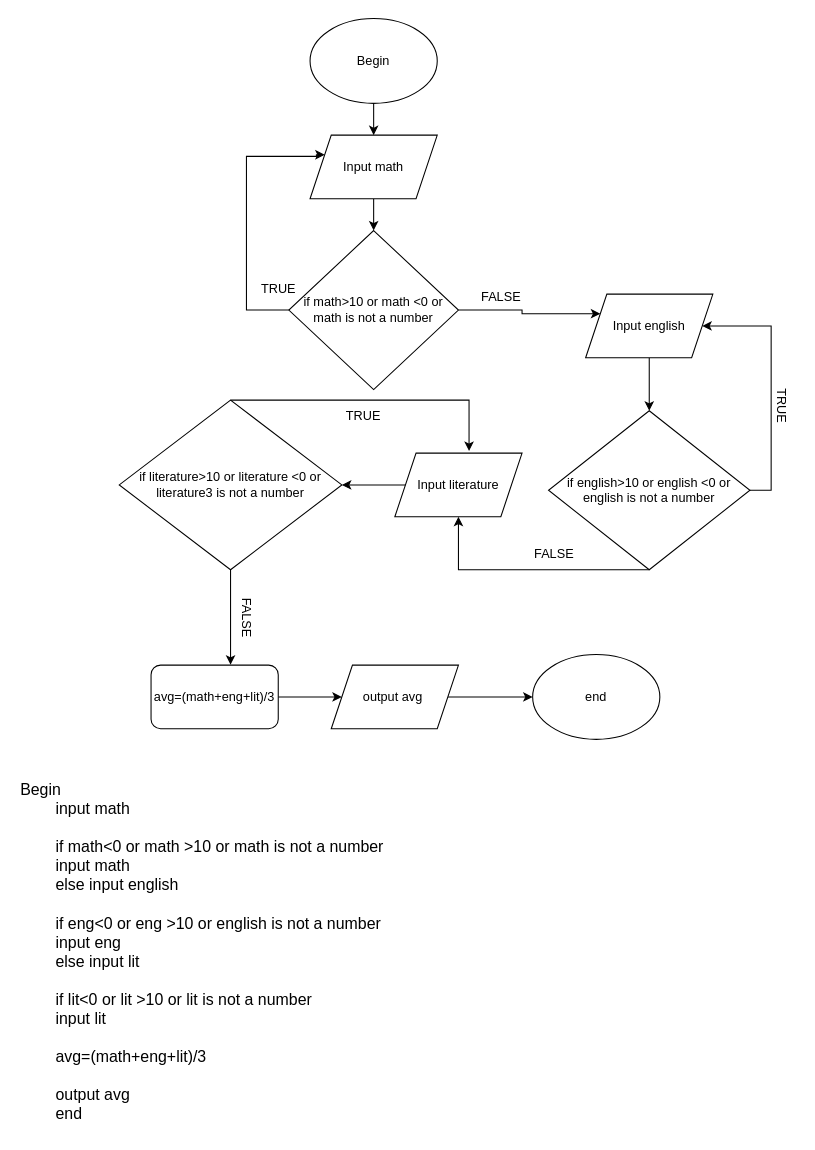
Above: day_3/đtb.drawio in giabao1101/C0924G1-TranGiaBao (draw.io), before the change. Source tidied: cells renumbered, new cells numbered last; positions are measured from the earlier drawing's top-left corner, leaving out a move shared by most shapes. Both pictures are drawn from the tidied source at 106%, with x=0, y=0 at pixel (18, 18).
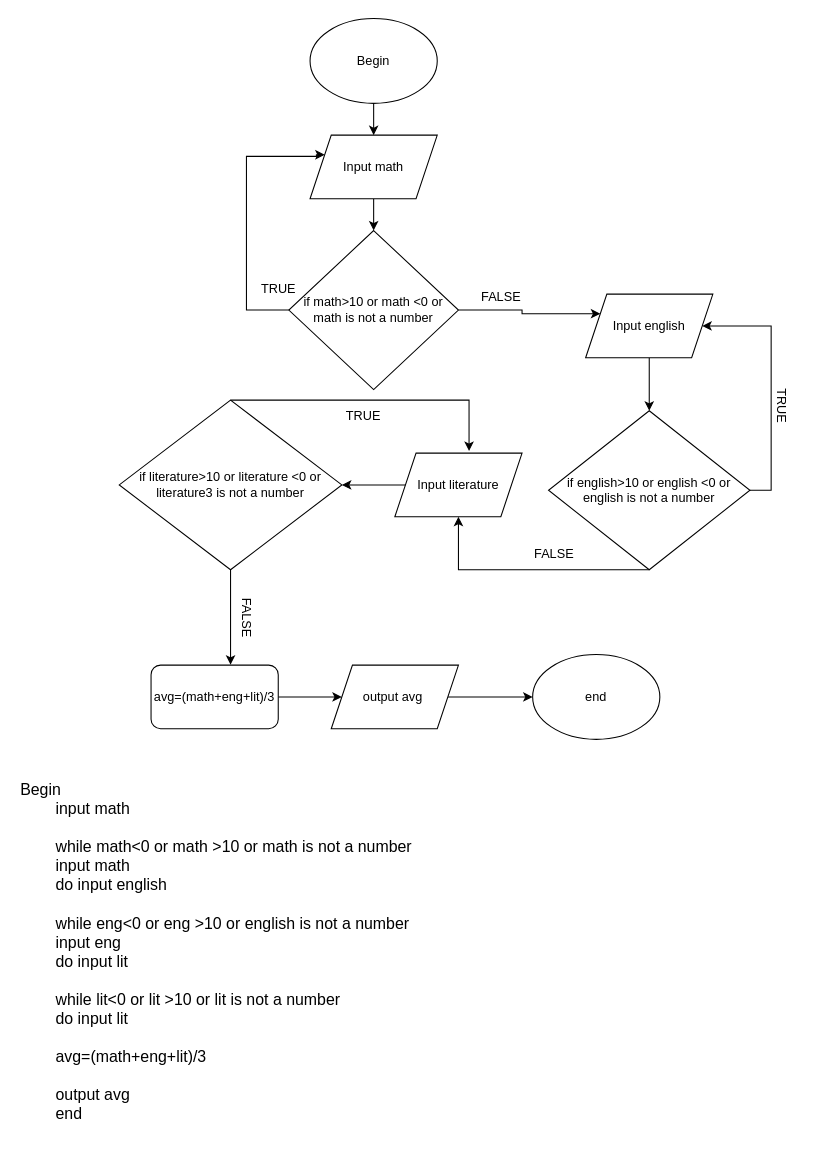
After the change.

What changed in the source:
```diff
@@
-    <mxCell id="30" value="&lt;font style=&quot;font-size: 15px;&quot;&gt;Begin&amp;nbsp;&lt;/font&gt;&lt;div style=&quot;font-size: 15px;&quot;&gt;&lt;font style=&quot;font-size: 15px;&quot;&gt;&lt;span style=&quot;white-space: pre;&quot;&gt;&#9;&lt;/span&gt;input math&lt;br&gt;&lt;/font&gt;&lt;/div&gt;&lt;div style=&quot;font-size: 15px;&quot;&gt;&lt;span style=&quot;white-space: pre;&quot;&gt;&lt;font style=&quot;font-size: 15px;&quot;&gt;&#9;&lt;/font&gt;&lt;/span&gt;&lt;/div&gt;&lt;div style=&quot;font-size: 15px;&quot;&gt;&lt;font style=&quot;font-size: 15px;&quot;&gt;&lt;span style=&quot;white-space: pre;&quot;&gt;&#9;&lt;/span&gt;if math&amp;lt;0 or math &amp;gt;10 or math is not a number&lt;br&gt;&lt;/font&gt;&lt;/div&gt;&lt;div style=&quot;font-size: 15px;&quot;&gt;&lt;font style=&quot;font-size: 15px;&quot;&gt;&lt;span style=&quot;white-space: pre;&quot;&gt;&#9;&lt;/span&gt;input math&lt;/font&gt;&lt;/div&gt;&lt;div style=&quot;font-size: 15px;&quot;&gt;&lt;font style=&quot;font-size: 15px;&quot;&gt;&lt;span style=&quot;white-space: pre;&quot;&gt;&#9;&lt;/span&gt;else input english&amp;nbsp;&lt;br&gt;&lt;/font&gt;&lt;/div&gt;&lt;div style=&quot;font-size: 15px;&quot;&gt;&lt;span style=&quot;white-space: pre;&quot;&gt;&lt;font style=&quot;font-size: 15px;&quot;&gt;&#9;&lt;/font&gt;&lt;/span&gt;&lt;/div&gt;&lt;div style=&quot;font-size: 15px;&quot;&gt;&lt;font style=&quot;font-size: 15px;&quot;&gt;&lt;span style=&quot;background-color: initial;&quot;&gt;&lt;span style=&quot;white-space: pre;&quot;&gt;&#9;&lt;/span&gt;if eng&amp;lt;0 or eng &amp;gt;10 or english is not a number&lt;/span&gt;&lt;br&gt;&lt;/font&gt;&lt;/div&gt;&lt;div style=&quot;font-size: 15px;&quot;&gt;&lt;font style=&quot;font-size: 15px;&quot;&gt;&lt;span style=&quot;white-space-collapse: preserve;&quot;&gt;&#9;&lt;/span&gt;input eng&amp;nbsp;&lt;/font&gt;&lt;/div&gt;&lt;div style=&quot;font-size: 15px;&quot;&gt;&lt;font style=&quot;font-size: 15px;&quot;&gt;&lt;span style=&quot;white-space: pre;&quot;&gt;&#9;&lt;/span&gt;else input lit&amp;nbsp;&lt;/font&gt;&lt;/div&gt;&lt;div style=&quot;font-size: 15px;&quot;&gt;&lt;span style=&quot;white-space: pre;&quot;&gt;&lt;font style=&quot;font-size: 15px;&quot;&gt;&#9;&lt;/font&gt;&lt;/span&gt;&lt;/div&gt;&lt;div style=&quot;font-size: 15px;&quot;&gt;&lt;font style=&quot;font-size: 15px;&quot;&gt;&lt;span style=&quot;background-color: initial;&quot;&gt;&lt;span style=&quot;white-space: pre;&quot;&gt;&#9;&lt;/span&gt;if lit&amp;lt;0 or lit &amp;gt;10 or lit is not a number&lt;/span&gt;&lt;br&gt;&lt;/font&gt;&lt;/div&gt;&lt;div style=&quot;font-size: 15px;&quot;&gt;&lt;font style=&quot;font-size: 15px;&quot;&gt;&lt;span style=&quot;white-space-collapse: preserve;&quot;&gt;&#9;&lt;/span&gt;input lit&amp;nbsp;&lt;/font&gt;&lt;/div&gt;&lt;div style=&quot;font-size: 15px;&quot;&gt;&lt;font style=&quot;font-size: 15px;&quot;&gt;&lt;br&gt;&lt;/font&gt;&lt;/div&gt;&lt;div style=&quot;font-size: 15px;&quot;&gt;&lt;font style=&quot;font-size: 15px;&quot;&gt;&lt;span style=&quot;white-space: pre;&quot;&gt;&#9;&lt;/span&gt;avg=(math+eng+lit)/3&lt;/font&gt;&lt;/div&gt;&lt;div style=&quot;font-size: 15px;&quot;&gt;&lt;font style=&quot;font-size: 15px;&quot;&gt;&lt;br&gt;&lt;/font&gt;&lt;/div&gt;&lt;div style=&quot;font-size: 15px;&quot;&gt;&lt;font style=&quot;font-size: 15px;&quot;&gt;&lt;span style=&quot;white-space: pre;&quot;&gt;&#9;&lt;/span&gt;output avg&lt;/font&gt;&lt;/div&gt;&lt;div style=&quot;font-size: 15px;&quot;&gt;&lt;font style=&quot;font-size: 15px;&quot;&gt;&lt;span style=&quot;white-space: pre;&quot;&gt;&#9;&lt;/span&gt;end&amp;nbsp;&lt;/font&gt;&lt;/div&gt;" style="text;html=1;align=left;verticalAlign=middle;strokeColor=none;fillColor=none;" parent="1" vertex="1">
-      <mxGeometry y="710" width="370" height="340" as="geometry" />
+    <mxCell id="30" value="&lt;font style=&quot;font-size: 15px;&quot;&gt;Begin&amp;nbsp;&lt;/font&gt;&lt;div style=&quot;font-size: 15px;&quot;&gt;&lt;font style=&quot;font-size: 15px;&quot;&gt;&lt;span style=&quot;white-space: pre;&quot;&gt;&#9;&lt;/span&gt;input math&lt;br&gt;&lt;/font&gt;&lt;/div&gt;&lt;div style=&quot;font-size: 15px;&quot;&gt;&lt;span style=&quot;white-space: pre;&quot;&gt;&lt;font style=&quot;font-size: 15px;&quot;&gt;&#9;&lt;/font&gt;&lt;/span&gt;&lt;/div&gt;&lt;div style=&quot;font-size: 15px;&quot;&gt;&lt;font style=&quot;font-size: 15px;&quot;&gt;&lt;span style=&quot;white-space: pre;&quot;&gt;&#9;&lt;/span&gt;while&amp;nbsp;math&amp;lt;0 or math &amp;gt;10 or math is not a number&lt;br&gt;&lt;/font&gt;&lt;/div&gt;&lt;div style=&quot;font-size: 15px;&quot;&gt;&lt;font style=&quot;font-size: 15px;&quot;&gt;&lt;span style=&quot;white-space: pre;&quot;&gt;&#9;&lt;/span&gt;input math&lt;/font&gt;&lt;/div&gt;&lt;div style=&quot;font-size: 15px;&quot;&gt;&lt;font style=&quot;font-size: 15px;&quot;&gt;&lt;span style=&quot;white-space: pre;&quot;&gt;&#9;&lt;/span&gt;do&amp;nbsp;input english&amp;nbsp;&lt;br&gt;&lt;/font&gt;&lt;/div&gt;&lt;div style=&quot;font-size: 15px;&quot;&gt;&lt;span style=&quot;white-space: pre;&quot;&gt;&lt;font style=&quot;font-size: 15px;&quot;&gt;&#9;&lt;/font&gt;&lt;/span&gt;&lt;/div&gt;&lt;div style=&quot;font-size: 15px;&quot;&gt;&lt;font style=&quot;font-size: 15px;&quot;&gt;&lt;span style=&quot;background-color: initial;&quot;&gt;&lt;span style=&quot;white-space: pre;&quot;&gt;&#9;&lt;/span&gt;while&amp;nbsp;eng&amp;lt;0 or eng &amp;gt;10 or english is not a number&lt;/span&gt;&lt;br&gt;&lt;/font&gt;&lt;/div&gt;&lt;div style=&quot;font-size: 15px;&quot;&gt;&lt;font style=&quot;font-size: 15px;&quot;&gt;&lt;span style=&quot;white-space-collapse: preserve;&quot;&gt;&#9;&lt;/span&gt;input eng&amp;nbsp;&lt;/font&gt;&lt;/div&gt;&lt;div style=&quot;font-size: 15px;&quot;&gt;&lt;font style=&quot;font-size: 15px;&quot;&gt;&lt;span style=&quot;white-space: pre;&quot;&gt;&#9;&lt;/span&gt;do&amp;nbsp;input lit&amp;nbsp;&lt;/font&gt;&lt;/div&gt;&lt;div style=&quot;font-size: 15px;&quot;&gt;&lt;span style=&quot;white-space: pre;&quot;&gt;&lt;font style=&quot;font-size: 15px;&quot;&gt;&#9;&lt;/font&gt;&lt;/span&gt;&lt;/div&gt;&lt;div style=&quot;font-size: 15px;&quot;&gt;&lt;font style=&quot;font-size: 15px;&quot;&gt;&lt;span style=&quot;background-color: initial;&quot;&gt;&lt;span style=&quot;white-space: pre;&quot;&gt;&#9;&lt;/span&gt;while&amp;nbsp;lit&amp;lt;0 or lit &amp;gt;10 or lit is not a number&lt;/span&gt;&lt;br&gt;&lt;/font&gt;&lt;/div&gt;&lt;div style=&quot;font-size: 15px;&quot;&gt;&lt;font style=&quot;font-size: 15px;&quot;&gt;&lt;span style=&quot;white-space-collapse: preserve;&quot;&gt;&#9;&lt;/span&gt;do input lit&amp;nbsp;&lt;/font&gt;&lt;/div&gt;&lt;div style=&quot;font-size: 15px;&quot;&gt;&lt;font style=&quot;font-size: 15px;&quot;&gt;&lt;br&gt;&lt;/font&gt;&lt;/div&gt;&lt;div style=&quot;font-size: 15px;&quot;&gt;&lt;font style=&quot;font-size: 15px;&quot;&gt;&lt;span style=&quot;white-space: pre;&quot;&gt;&#9;&lt;/span&gt;avg=(math+eng+lit)/3&lt;/font&gt;&lt;/div&gt;&lt;div style=&quot;font-size: 15px;&quot;&gt;&lt;font style=&quot;font-size: 15px;&quot;&gt;&lt;br&gt;&lt;/font&gt;&lt;/div&gt;&lt;div style=&quot;font-size: 15px;&quot;&gt;&lt;font style=&quot;font-size: 15px;&quot;&gt;&lt;span style=&quot;white-space: pre;&quot;&gt;&#9;&lt;/span&gt;output avg&lt;/font&gt;&lt;/div&gt;&lt;div style=&quot;font-size: 15px;&quot;&gt;&lt;font style=&quot;font-size: 15px;&quot;&gt;&lt;span style=&quot;white-space: pre;&quot;&gt;&#9;&lt;/span&gt;end&amp;nbsp;&lt;/font&gt;&lt;/div&gt;" style="text;html=1;align=left;verticalAlign=middle;strokeColor=none;fillColor=none;" parent="1" vertex="1">
+      <mxGeometry y="710" width="390" height="340" as="geometry" />
     </mxCell>
```
